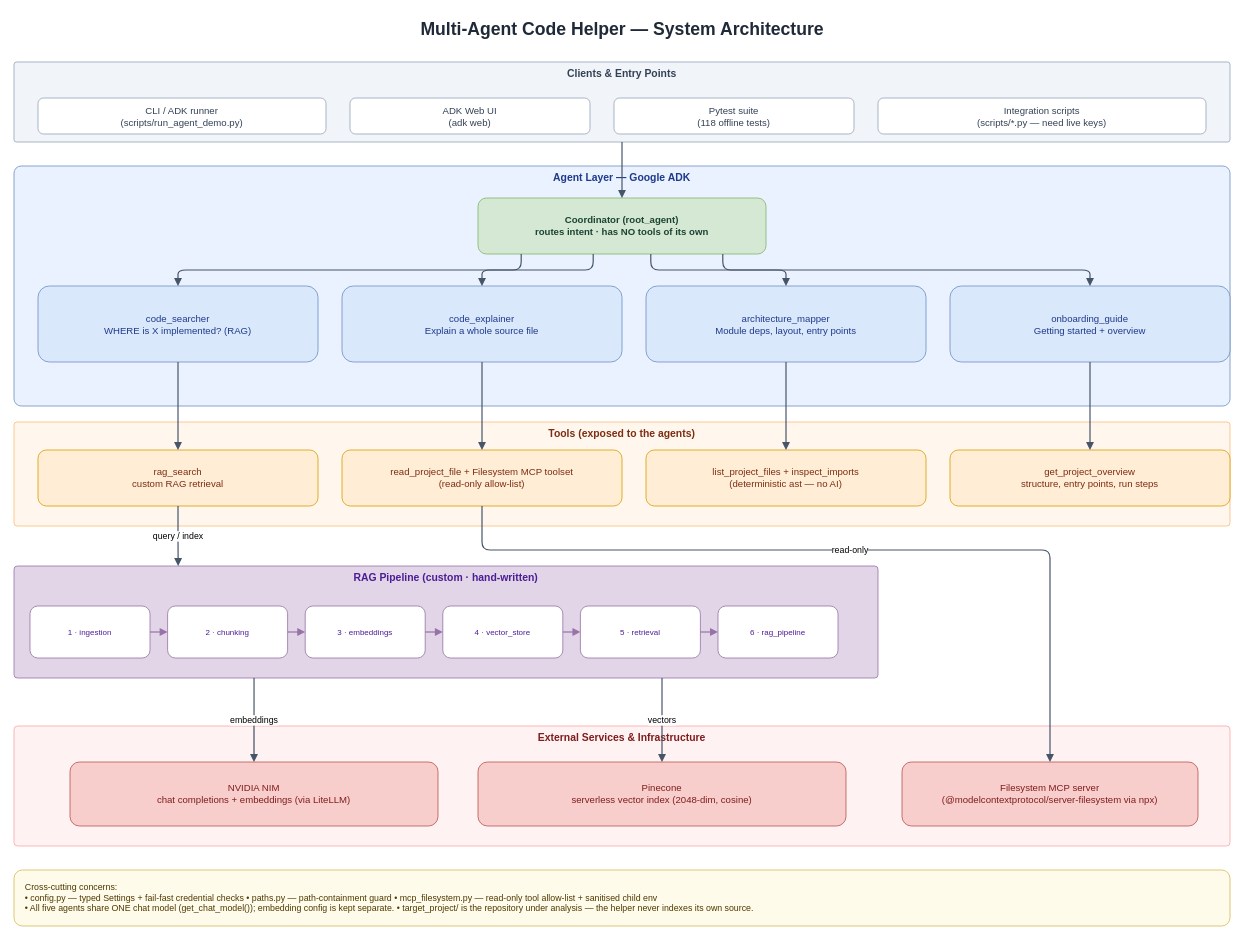
Before: docs/architecture.drawio in pratikugale959-coder/multi_agent, a draw.io diagram. Source tidied: cells renumbered, new cells numbered last; positions are measured from the earlier drawing's top-left corner, leaving out a move shared by most shapes. Both pictures are drawn from the tidied source at 80%, with x=0, y=0 at pixel (14, 14).
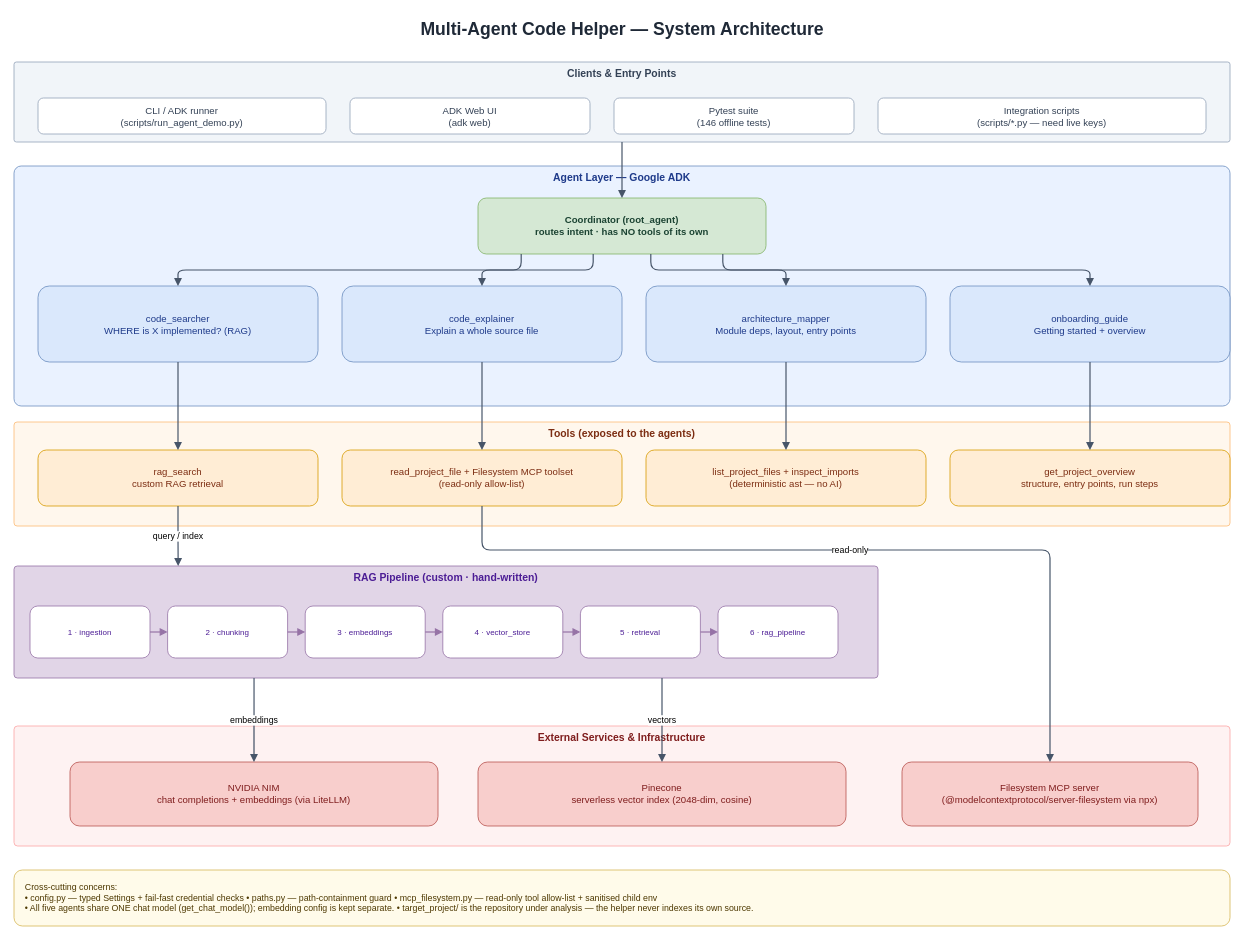
The same diagram, later.

Change to the diagram source:
```diff
@@
-    <mxCell id="11" value="Pytest suite&#10;(118 offline tests)" style="rounded=1;whiteSpace=wrap;html=1;fillColor=#FFFFFF;strokeColor=#94A3B8;fontColor=#334155;" parent="1" vertex="1">
+    <mxCell id="11" value="Pytest suite&#10;(146 offline tests)" style="rounded=1;whiteSpace=wrap;html=1;fillColor=#FFFFFF;strokeColor=#94A3B8;fontColor=#334155;" parent="1" vertex="1">
       <mxGeometry x="750" y="105" width="300" height="45" as="geometry" />
     </mxCell>
```
